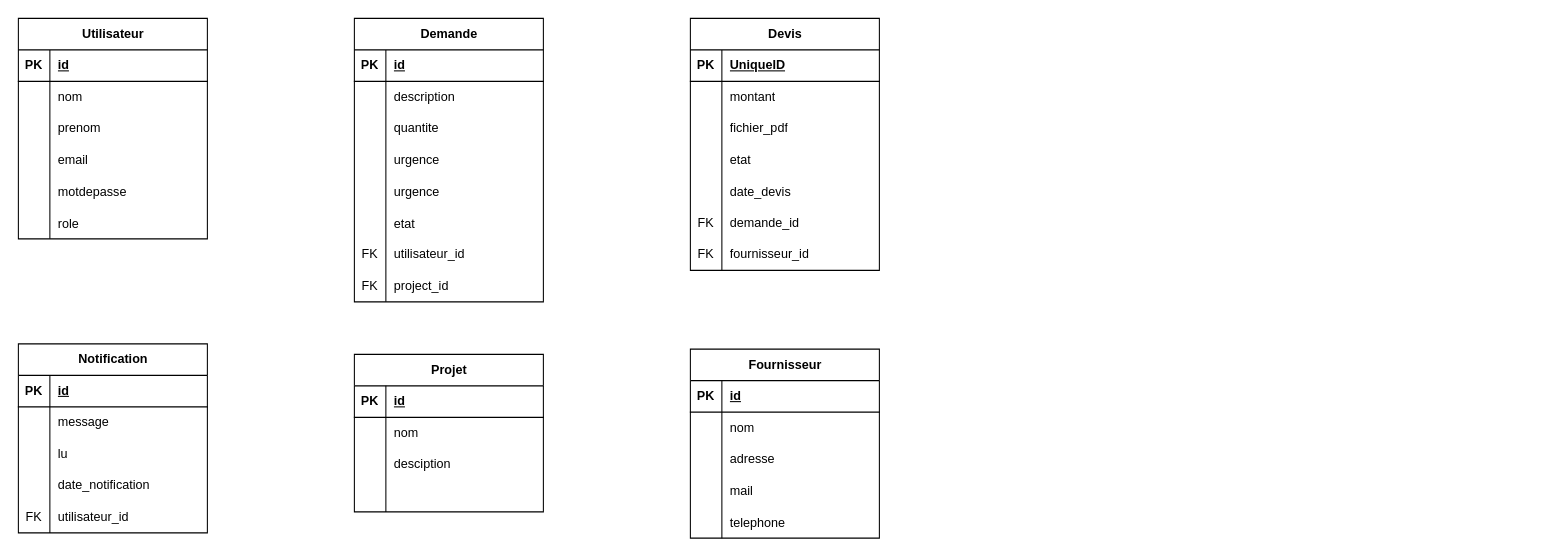
Above: chustage.drawio in JinxYTW/Stage2024 (draw.io), before the change. Source tidied: cells renumbered, new cells numbered last; positions are measured from the earlier drawing's top-left corner, leaving out a move shared by most shapes. Both pictures are drawn from the tidied source at 105%, with x=0, y=0 at pixel (18, 18).
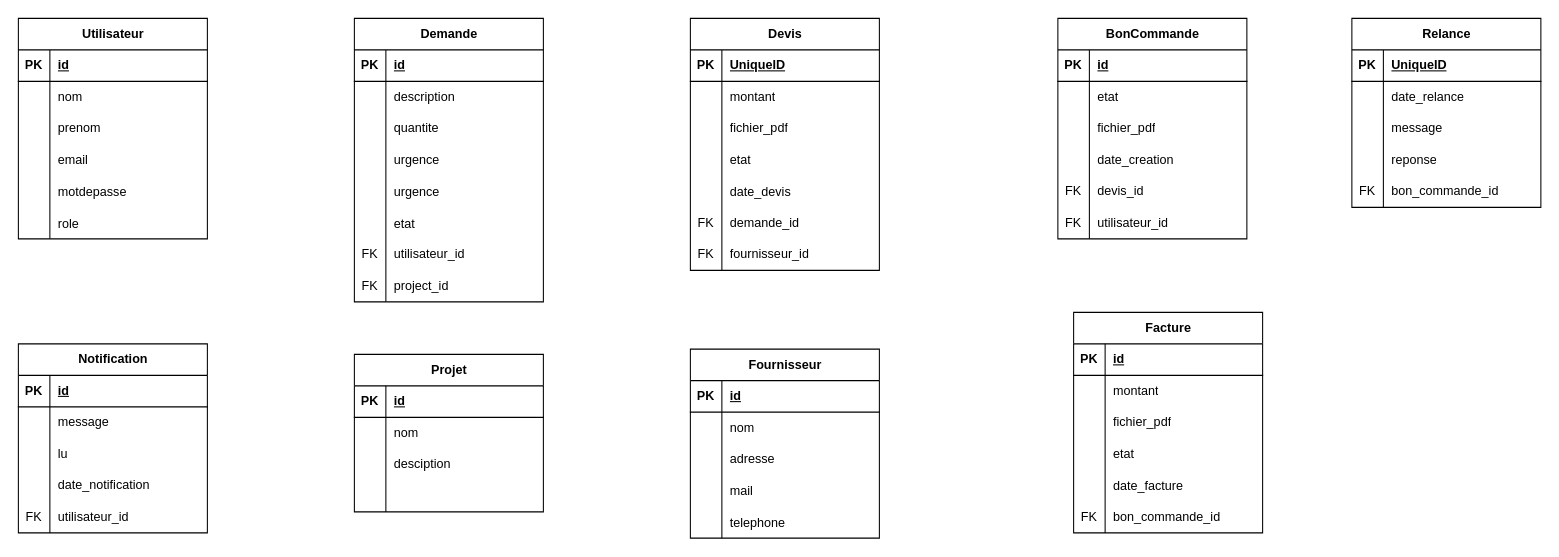
Above is the later version.

Commit message:
Ajout Table 80%

Diff of the diagram source:
```diff
@@
+    <mxCell id="113" value="BonCommande" style="shape=table;startSize=30;childLayout=tableLayout;rowLines=0;fontStyle=1;align=center;html=1;" parent="1" vertex="1">
+      <mxGeometry x="990" width="180" height="210" as="geometry" />
+    </mxCell>
+    <mxCell id="114" style="shape=tableRow;horizontal=0;startSize=0;swimlaneHead=0;swimlaneBody=0;fillColor=none;top=0;left=0;right=0;bottom=1;" parent="113" vertex="1">
+      <mxGeometry y="30" width="180" height="30" as="geometry" />
+    </mxCell>
+    <mxCell id="115" value="PK" style="shape=partialRectangle;fillColor=none;top=0;left=0;bottom=0;right=0;fontStyle=1;overflow=hidden;whiteSpace=wrap;html=1;" parent="114" vertex="1">
+      <mxGeometry width="30" height="30" as="geometry" />
+    </mxCell>
+    <mxCell id="116" value="id" style="shape=partialRectangle;fillColor=none;top=0;left=0;bottom=0;right=0;align=left;spacingLeft=6;fontStyle=5;overflow=hidden;whiteSpace=wrap;html=1;" parent="114" vertex="1">
+      <mxGeometry x="30" width="150" height="30" as="geometry" />
+    </mxCell>
+    <mxCell id="117" style="shape=tableRow;horizontal=0;startSize=0;swimlaneHead=0;swimlaneBody=0;fillColor=none;top=0;left=0;right=0;bottom=0;" parent="113" vertex="1">
+      <mxGeometry y="60" width="180" height="30" as="geometry" />
+    </mxCell>
+    <mxCell id="118" style="shape=partialRectangle;fillColor=none;top=0;left=0;bottom=0;right=0;overflow=hidden;whiteSpace=wrap;html=1;" parent="117" vertex="1">
+      <mxGeometry width="30" height="30" as="geometry" />
+    </mxCell>
+    <mxCell id="119" value="etat" style="shape=partialRectangle;fillColor=none;top=0;left=0;bottom=0;right=0;align=left;spacingLeft=6;overflow=hidden;whiteSpace=wrap;html=1;" parent="117" vertex="1">
+      <mxGeometry x="30" width="150" height="30" as="geometry" />
+    </mxCell>
+    <mxCell id="120" style="shape=tableRow;horizontal=0;startSize=0;swimlaneHead=0;swimlaneBody=0;fillColor=none;top=0;left=0;right=0;bottom=0;" parent="113" vertex="1">
+      <mxGeometry y="90" width="180" height="30" as="geometry" />
+    </mxCell>
+    <mxCell id="121" style="shape=partialRectangle;fillColor=none;top=0;left=0;bottom=0;right=0;overflow=hidden;whiteSpace=wrap;html=1;" parent="120" vertex="1">
+      <mxGeometry width="30" height="30" as="geometry" />
+    </mxCell>
+    <mxCell id="122" value="fichier_pdf" style="shape=partialRectangle;fillColor=none;top=0;left=0;bottom=0;right=0;align=left;spacingLeft=6;overflow=hidden;whiteSpace=wrap;html=1;" parent="120" vertex="1">
+      <mxGeometry x="30" width="150" height="30" as="geometry" />
+    </mxCell>
+    <mxCell id="123" style="shape=tableRow;horizontal=0;startSize=0;swimlaneHead=0;swimlaneBody=0;fillColor=none;top=0;left=0;right=0;bottom=0;" parent="113" vertex="1">
+      <mxGeometry y="120" width="180" height="30" as="geometry" />
+    </mxCell>
+    <mxCell id="124" style="shape=partialRectangle;fillColor=none;top=0;left=0;bottom=0;right=0;overflow=hidden;whiteSpace=wrap;html=1;" parent="123" vertex="1">
+      <mxGeometry width="30" height="30" as="geometry" />
+    </mxCell>
+    <mxCell id="125" value="date_creation" style="shape=partialRectangle;fillColor=none;top=0;left=0;bottom=0;right=0;align=left;spacingLeft=6;overflow=hidden;whiteSpace=wrap;html=1;" parent="123" vertex="1">
+      <mxGeometry x="30" width="150" height="30" as="geometry" />
+    </mxCell>
+    <mxCell id="126" style="shape=tableRow;horizontal=0;startSize=0;swimlaneHead=0;swimlaneBody=0;fillColor=none;top=0;left=0;right=0;bottom=0;" parent="113" vertex="1">
+      <mxGeometry y="150" width="180" height="30" as="geometry" />
+    </mxCell>
+    <mxCell id="127" value="FK" style="shape=partialRectangle;fillColor=none;top=0;left=0;bottom=0;right=0;fontStyle=0;overflow=hidden;whiteSpace=wrap;html=1;" parent="126" vertex="1">
+      <mxGeometry width="30" height="30" as="geometry" />
+    </mxCell>
+    <mxCell id="128" value="devis_id" style="shape=partialRectangle;fillColor=none;top=0;left=0;bottom=0;right=0;align=left;spacingLeft=6;fontStyle=0;overflow=hidden;whiteSpace=wrap;html=1;" parent="126" vertex="1">
+      <mxGeometry x="30" width="150" height="30" as="geometry" />
+    </mxCell>
+    <mxCell id="129" style="shape=tableRow;horizontal=0;startSize=0;swimlaneHead=0;swimlaneBody=0;fillColor=none;top=0;left=0;right=0;bottom=0;" parent="113" vertex="1">
+      <mxGeometry y="180" width="180" height="30" as="geometry" />
+    </mxCell>
+    <mxCell id="130" value="FK" style="shape=partialRectangle;fillColor=none;top=0;left=0;bottom=0;right=0;fontStyle=0;overflow=hidden;whiteSpace=wrap;html=1;" parent="129" vertex="1">
+      <mxGeometry width="30" height="30" as="geometry" />
+    </mxCell>
+    <mxCell id="131" value="utilisateur_id" style="shape=partialRectangle;fillColor=none;top=0;left=0;bottom=0;right=0;align=left;spacingLeft=6;fontStyle=0;overflow=hidden;whiteSpace=wrap;html=1;" parent="129" vertex="1">
+      <mxGeometry x="30" width="150" height="30" as="geometry" />
+    </mxCell>
+    <mxCell id="132" value="Facture" style="shape=table;startSize=30;childLayout=tableLayout;rowLines=0;fontStyle=1;align=center;html=1;" parent="1" vertex="1">
+      <mxGeometry x="1005" y="280" width="180" height="210" as="geometry" />
+    </mxCell>
+    <mxCell id="133" style="shape=tableRow;horizontal=0;startSize=0;swimlaneHead=0;swimlaneBody=0;fillColor=none;top=0;left=0;right=0;bottom=1;" parent="132" vertex="1">
+      <mxGeometry y="30" width="180" height="30" as="geometry" />
+    </mxCell>
+    <mxCell id="134" value="PK" style="shape=partialRectangle;fillColor=none;top=0;left=0;bottom=0;right=0;fontStyle=1;overflow=hidden;whiteSpace=wrap;html=1;" parent="133" vertex="1">
+      <mxGeometry width="30" height="30" as="geometry" />
+    </mxCell>
+    <mxCell id="135" value="id" style="shape=partialRectangle;fillColor=none;top=0;left=0;bottom=0;right=0;align=left;spacingLeft=6;fontStyle=5;overflow=hidden;whiteSpace=wrap;html=1;" parent="133" vertex="1">
+      <mxGeometry x="30" width="150" height="30" as="geometry" />
+    </mxCell>
+    <mxCell id="136" style="shape=tableRow;horizontal=0;startSize=0;swimlaneHead=0;swimlaneBody=0;fillColor=none;top=0;left=0;right=0;bottom=0;" parent="132" vertex="1">
+      <mxGeometry y="60" width="180" height="30" as="geometry" />
+    </mxCell>
+    <mxCell id="137" style="shape=partialRectangle;fillColor=none;top=0;left=0;bottom=0;right=0;overflow=hidden;whiteSpace=wrap;html=1;" parent="136" vertex="1">
+      <mxGeometry width="30" height="30" as="geometry" />
+    </mxCell>
+    <mxCell id="138" value="montant" style="shape=partialRectangle;fillColor=none;top=0;left=0;bottom=0;right=0;align=left;spacingLeft=6;overflow=hidden;whiteSpace=wrap;html=1;" parent="136" vertex="1">
+      <mxGeometry x="30" width="150" height="30" as="geometry" />
+    </mxCell>
+    <mxCell id="139" style="shape=tableRow;horizontal=0;startSize=0;swimlaneHead=0;swimlaneBody=0;fillColor=none;top=0;left=0;right=0;bottom=0;" parent="132" vertex="1">
+      <mxGeometry y="90" width="180" height="30" as="geometry" />
+    </mxCell>
+    <mxCell id="140" style="shape=partialRectangle;fillColor=none;top=0;left=0;bottom=0;right=0;overflow=hidden;whiteSpace=wrap;html=1;" parent="139" vertex="1">
+      <mxGeometry width="30" height="30" as="geometry" />
+    </mxCell>
+    <mxCell id="141" value="fichier_pdf" style="shape=partialRectangle;fillColor=none;top=0;left=0;bottom=0;right=0;align=left;spacingLeft=6;overflow=hidden;whiteSpace=wrap;html=1;" parent="139" vertex="1">
+      <mxGeometry x="30" width="150" height="30" as="geometry" />
+    </mxCell>
+    <mxCell id="142" style="shape=tableRow;horizontal=0;startSize=0;swimlaneHead=0;swimlaneBody=0;fillColor=none;top=0;left=0;right=0;bottom=0;" parent="132" vertex="1">
+      <mxGeometry y="120" width="180" height="30" as="geometry" />
+    </mxCell>
+    <mxCell id="143" style="shape=partialRectangle;fillColor=none;top=0;left=0;bottom=0;right=0;overflow=hidden;whiteSpace=wrap;html=1;" parent="142" vertex="1">
+      <mxGeometry width="30" height="30" as="geometry" />
+    </mxCell>
+    <mxCell id="144" value="etat" style="shape=partialRectangle;fillColor=none;top=0;left=0;bottom=0;right=0;align=left;spacingLeft=6;overflow=hidden;whiteSpace=wrap;html=1;" parent="142" vertex="1">
+      <mxGeometry x="30" width="150" height="30" as="geometry" />
+    </mxCell>
+    <mxCell id="145" style="shape=tableRow;horizontal=0;startSize=0;swimlaneHead=0;swimlaneBody=0;fillColor=none;top=0;left=0;right=0;bottom=0;" parent="132" vertex="1">
+      <mxGeometry y="150" width="180" height="30" as="geometry" />
+    </mxCell>
+    <mxCell id="146" style="shape=partialRectangle;fillColor=none;top=0;left=0;bottom=0;right=0;overflow=hidden;" parent="145" vertex="1">
+      <mxGeometry width="30" height="30" as="geometry" />
+    </mxCell>
+    <mxCell id="147" value="date_facture" style="shape=partialRectangle;fillColor=none;top=0;left=0;bottom=0;right=0;align=left;spacingLeft=6;overflow=hidden;" parent="145" vertex="1">
+      <mxGeometry x="30" width="150" height="30" as="geometry" />
+    </mxCell>
+    <mxCell id="148" style="shape=tableRow;horizontal=0;startSize=0;swimlaneHead=0;swimlaneBody=0;fillColor=none;top=0;left=0;right=0;bottom=0;" parent="132" vertex="1">
+      <mxGeometry y="180" width="180" height="30" as="geometry" />
+    </mxCell>
+    <mxCell id="149" value="FK" style="shape=partialRectangle;fillColor=none;top=0;left=0;bottom=0;right=0;fontStyle=0;overflow=hidden;whiteSpace=wrap;html=1;" parent="148" vertex="1">
+      <mxGeometry width="30" height="30" as="geometry" />
+    </mxCell>
+    <mxCell id="150" value="bon_commande_id" style="shape=partialRectangle;fillColor=none;top=0;left=0;bottom=0;right=0;align=left;spacingLeft=6;fontStyle=0;overflow=hidden;whiteSpace=wrap;html=1;" parent="148" vertex="1">
+      <mxGeometry x="30" width="150" height="30" as="geometry" />
+    </mxCell>
+    <mxCell id="151" value="Relance" style="shape=table;startSize=30;childLayout=tableLayout;rowLines=0;fontStyle=1;align=center;html=1;" parent="1" vertex="1">
+      <mxGeometry x="1270" width="180" height="180" as="geometry" />
+    </mxCell>
+    <mxCell id="152" style="shape=tableRow;horizontal=0;startSize=0;swimlaneHead=0;swimlaneBody=0;fillColor=none;top=0;left=0;right=0;bottom=1;" parent="151" vertex="1">
+      <mxGeometry y="30" width="180" height="30" as="geometry" />
+    </mxCell>
+    <mxCell id="153" value="PK" style="shape=partialRectangle;fillColor=none;top=0;left=0;bottom=0;right=0;fontStyle=1;overflow=hidden;whiteSpace=wrap;html=1;" parent="152" vertex="1">
+      <mxGeometry width="30" height="30" as="geometry" />
+    </mxCell>
+    <mxCell id="154" value="UniqueID" style="shape=partialRectangle;fillColor=none;top=0;left=0;bottom=0;right=0;align=left;spacingLeft=6;fontStyle=5;overflow=hidden;whiteSpace=wrap;html=1;" parent="152" vertex="1">
+      <mxGeometry x="30" width="150" height="30" as="geometry" />
+    </mxCell>
+    <mxCell id="155" style="shape=tableRow;horizontal=0;startSize=0;swimlaneHead=0;swimlaneBody=0;fillColor=none;top=0;left=0;right=0;bottom=0;" parent="151" vertex="1">
+      <mxGeometry y="60" width="180" height="30" as="geometry" />
+    </mxCell>
+    <mxCell id="156" style="shape=partialRectangle;fillColor=none;top=0;left=0;bottom=0;right=0;overflow=hidden;whiteSpace=wrap;html=1;" parent="155" vertex="1">
+      <mxGeometry width="30" height="30" as="geometry" />
+    </mxCell>
+    <mxCell id="157" value="date_relance" style="shape=partialRectangle;fillColor=none;top=0;left=0;bottom=0;right=0;align=left;spacingLeft=6;overflow=hidden;whiteSpace=wrap;html=1;" parent="155" vertex="1">
+      <mxGeometry x="30" width="150" height="30" as="geometry" />
+    </mxCell>
+    <mxCell id="158" style="shape=tableRow;horizontal=0;startSize=0;swimlaneHead=0;swimlaneBody=0;fillColor=none;top=0;left=0;right=0;bottom=0;" parent="151" vertex="1">
+      <mxGeometry y="90" width="180" height="30" as="geometry" />
+    </mxCell>
+    <mxCell id="159" style="shape=partialRectangle;fillColor=none;top=0;left=0;bottom=0;right=0;overflow=hidden;whiteSpace=wrap;html=1;" parent="158" vertex="1">
+      <mxGeometry width="30" height="30" as="geometry" />
+    </mxCell>
+    <mxCell id="160" value="message" style="shape=partialRectangle;fillColor=none;top=0;left=0;bottom=0;right=0;align=left;spacingLeft=6;overflow=hidden;whiteSpace=wrap;html=1;" parent="158" vertex="1">
+      <mxGeometry x="30" width="150" height="30" as="geometry" />
+    </mxCell>
+    <mxCell id="161" style="shape=tableRow;horizontal=0;startSize=0;swimlaneHead=0;swimlaneBody=0;fillColor=none;top=0;left=0;right=0;bottom=0;" parent="151" vertex="1">
+      <mxGeometry y="120" width="180" height="30" as="geometry" />
+    </mxCell>
+    <mxCell id="162" style="shape=partialRectangle;fillColor=none;top=0;left=0;bottom=0;right=0;overflow=hidden;whiteSpace=wrap;html=1;" parent="161" vertex="1">
+      <mxGeometry width="30" height="30" as="geometry" />
+    </mxCell>
+    <mxCell id="163" value="reponse" style="shape=partialRectangle;fillColor=none;top=0;left=0;bottom=0;right=0;align=left;spacingLeft=6;overflow=hidden;whiteSpace=wrap;html=1;" parent="161" vertex="1">
+      <mxGeometry x="30" width="150" height="30" as="geometry" />
+    </mxCell>
+    <mxCell id="164" style="shape=tableRow;horizontal=0;startSize=0;swimlaneHead=0;swimlaneBody=0;fillColor=none;top=0;left=0;right=0;bottom=0;" parent="151" vertex="1">
+      <mxGeometry y="150" width="180" height="30" as="geometry" />
+    </mxCell>
+    <mxCell id="165" value="FK" style="shape=partialRectangle;fillColor=none;top=0;left=0;bottom=0;right=0;fontStyle=0;overflow=hidden;whiteSpace=wrap;html=1;" parent="164" vertex="1">
+      <mxGeometry width="30" height="30" as="geometry" />
+    </mxCell>
+    <mxCell id="166" value="bon_commande_id" style="shape=partialRectangle;fillColor=none;top=0;left=0;bottom=0;right=0;align=left;spacingLeft=6;fontStyle=0;overflow=hidden;whiteSpace=wrap;html=1;" parent="164" vertex="1">
+      <mxGeometry x="30" width="150" height="30" as="geometry" />
+    </mxCell>
```
